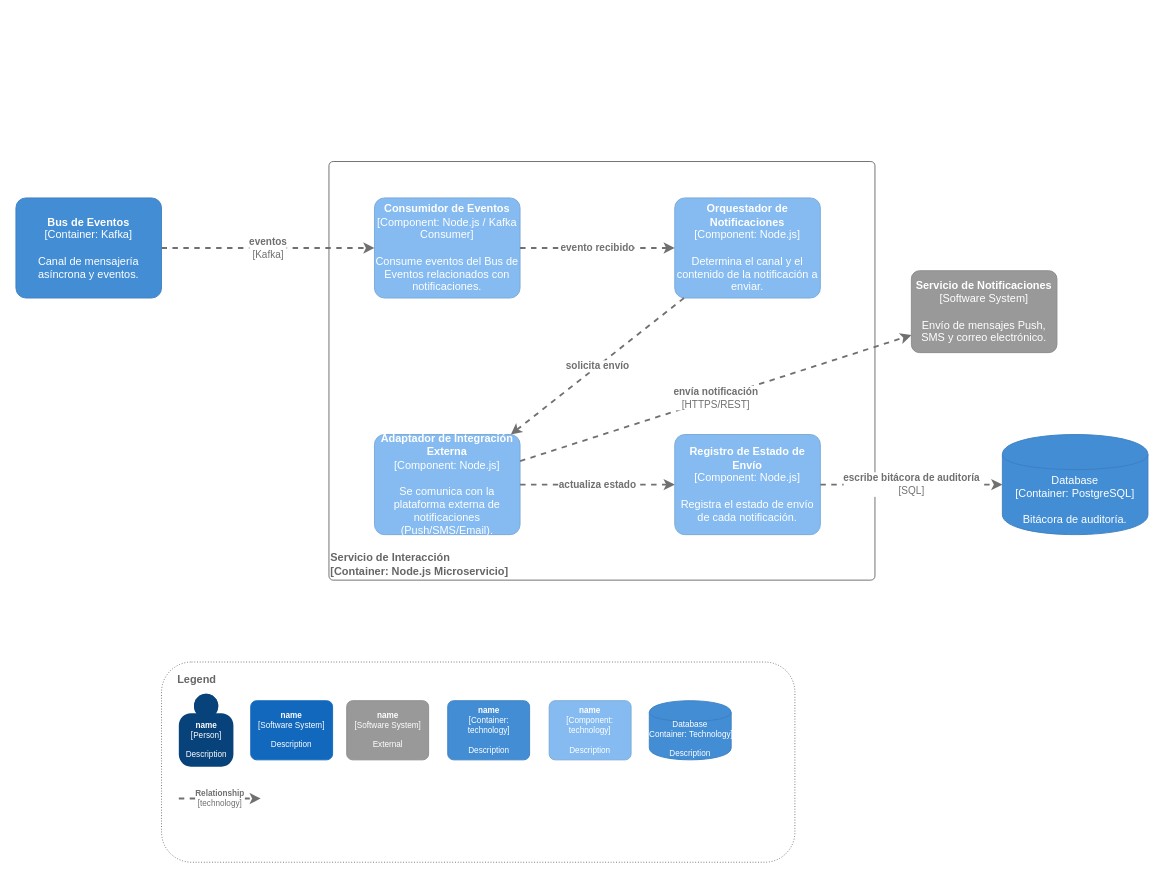
Above: page "C4 Component Interaction Service" (13 of 14) of Diagramas/Diagrama_C4.drawio in tomazoque/pswe-04-proyecto-final (draw.io), before the change. Source tidied: cells renumbered, new cells numbered last; positions are measured from the earlier drawing's top-left corner, leaving out a move shared by most shapes. Both pictures are drawn from the tidied source at 91%, with x=0, y=0 at pixel (15, 161).
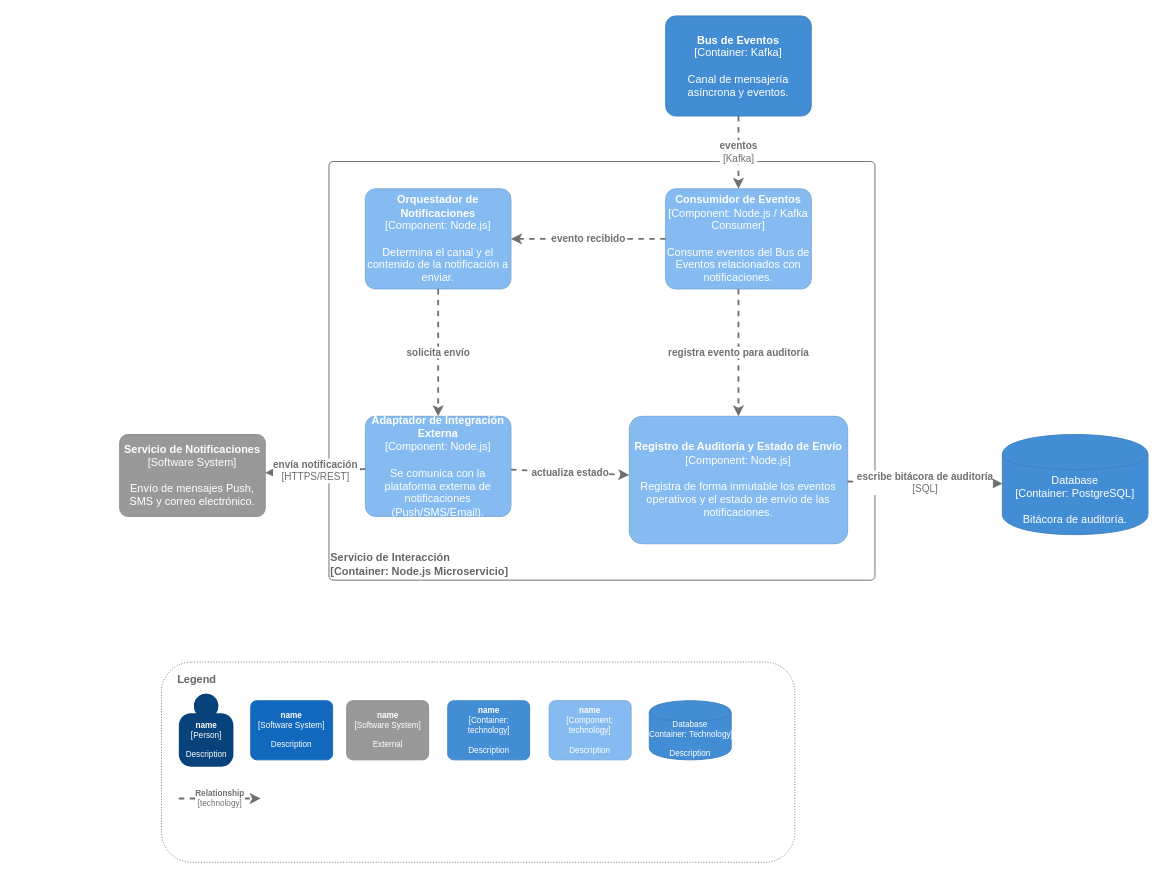
The same diagram, later.

Diff of the diagram source:
```diff
@@
     <object id="2" label="&lt;b&gt;%c4Name%&lt;/b&gt;&lt;div&gt;[%c4Type%: %c4Technology%]&lt;/div&gt;&lt;br&gt;&lt;div&gt;%c4Description%&lt;/div&gt;" c4Description="Canal de mensajería asíncrona y eventos." c4Name="Bus de Eventos" c4Technology="Kafka" c4Type="Container" placeholders="1">
       <mxCell style="rounded=1;whiteSpace=wrap;html=1;labelBackgroundColor=none;fillColor=#438DD5;fontColor=#ffffff;align=center;arcSize=10;strokeColor=#3C7FC0;metaData={&quot;c4Type&quot;:{&quot;editable&quot;:false}};" parent="1" vertex="1">
-        <mxGeometry y="40" width="160" height="110" as="geometry" />
+        <mxGeometry x="714" y="-160" width="160" height="110" as="geometry" />
       </mxCell>
     </object>
     <object id="3" label="&lt;b&gt;%c4Name%&lt;/b&gt;&lt;div&gt;[%c4Type%]&lt;/div&gt;&lt;br&gt;&lt;div&gt;%c4Description%&lt;/div&gt;" c4Description="Envío de mensajes Push, SMS y correo electrónico." c4Name="Servicio de Notificaciones" c4Type="Software System" placeholders="1">
       <mxCell style="rounded=1;whiteSpace=wrap;html=1;labelBackgroundColor=none;fillColor=#999999;fontColor=#ffffff;align=center;arcSize=10;strokeColor=#8A8A8A;metaData={&quot;c4Type&quot;:{&quot;editable&quot;:false}};" parent="1" vertex="1">
-        <mxGeometry x="984" y="120" width="160" height="90" as="geometry" />
+        <mxGeometry x="114" y="300" width="160" height="90" as="geometry" />
       </mxCell>
     </object>
@@
     <object id="6" label="&lt;b&gt;%c4Name%&lt;/b&gt;&lt;div&gt;[%c4Type%: %c4Technology%]&lt;/div&gt;&lt;br&gt;&lt;div&gt;%c4Description%&lt;/div&gt;" c4Description="Consume eventos del Bus de Eventos relacionados con notificaciones." c4Name="Consumidor de Eventos" c4Technology="Node.js / Kafka Consumer" c4Type="Component" placeholders="1">
       <mxCell style="rounded=1;whiteSpace=wrap;html=1;labelBackgroundColor=none;fillColor=#85BBF0;fontColor=#ffffff;align=center;arcSize=10;strokeColor=#78A8D8;metaData={&quot;c4Type&quot;:{&quot;editable&quot;:false}};" parent="1" vertex="1">
-        <mxGeometry x="394" y="40" width="160" height="110" as="geometry" />
+        <mxGeometry x="714" y="30" width="160" height="110" as="geometry" />
       </mxCell>
     </object>
     <object id="7" label="&lt;b&gt;%c4Name%&lt;/b&gt;&lt;div&gt;[%c4Type%: %c4Technology%]&lt;/div&gt;&lt;br&gt;&lt;div&gt;%c4Description%&lt;/div&gt;" c4Description="Determina el canal y el contenido de la notificación a enviar." c4Name="Orquestador de Notificaciones" c4Technology="Node.js" c4Type="Component" placeholders="1">
       <mxCell style="rounded=1;whiteSpace=wrap;html=1;labelBackgroundColor=none;fillColor=#85BBF0;fontColor=#ffffff;align=center;arcSize=10;strokeColor=#78A8D8;metaData={&quot;c4Type&quot;:{&quot;editable&quot;:false}};" parent="1" vertex="1">
-        <mxGeometry x="724" y="40" width="160" height="110" as="geometry" />
+        <mxGeometry x="384" y="30" width="160" height="110" as="geometry" />
       </mxCell>
     </object>
     <object id="8" label="&lt;b&gt;%c4Name%&lt;/b&gt;&lt;div&gt;[%c4Type%: %c4Technology%]&lt;/div&gt;&lt;br&gt;&lt;div&gt;%c4Description%&lt;/div&gt;" c4Description="Se comunica con la plataforma externa de notificaciones (Push/SMS/Email)." c4Name="Adaptador de Integración Externa" c4Technology="Node.js" c4Type="Component" placeholders="1">
       <mxCell style="rounded=1;whiteSpace=wrap;html=1;labelBackgroundColor=none;fillColor=#85BBF0;fontColor=#ffffff;align=center;arcSize=10;strokeColor=#78A8D8;metaData={&quot;c4Type&quot;:{&quot;editable&quot;:false}};" parent="1" vertex="1">
-        <mxGeometry x="394" y="300" width="160" height="110" as="geometry" />
+        <mxGeometry x="384" y="280" width="160" height="110" as="geometry" />
       </mxCell>
     </object>
-    <object id="9" label="&lt;b&gt;%c4Name%&lt;/b&gt;&lt;div&gt;[%c4Type%: %c4Technology%]&lt;/div&gt;&lt;br&gt;&lt;div&gt;%c4Description%&lt;/div&gt;" c4Description="Registra el estado de envío de cada notificación." c4Name="Registro de Estado de Envío" c4Technology="Node.js" c4Type="Component" placeholders="1">
+    <object id="9" label="&lt;b&gt;%c4Name%&lt;/b&gt;&lt;div&gt;[%c4Type%: %c4Technology%]&lt;/div&gt;&lt;br&gt;&lt;div&gt;%c4Description%&lt;/div&gt;" c4Description="Registra de forma inmutable los eventos operativos y el estado de envío de las notificaciones." c4Name="Registro de Auditoría y Estado de Envío" c4Technology="Node.js" c4Type="Component" placeholders="1">
       <mxCell style="rounded=1;whiteSpace=wrap;html=1;labelBackgroundColor=none;fillColor=#85BBF0;fontColor=#ffffff;align=center;arcSize=10;strokeColor=#78A8D8;metaData={&quot;c4Type&quot;:{&quot;editable&quot;:false}};" parent="1" vertex="1">
-        <mxGeometry x="724" y="300" width="160" height="110" as="geometry" />
+        <mxGeometry x="674" y="280" width="240" height="140" as="geometry" />
       </mxCell>
     </object>
@@
+    <object id="26" label="&lt;div style=&quot;text-align: left&quot;&gt;&lt;div style=&quot;text-align: center&quot;&gt;&lt;b&gt;%c4Description%&lt;/b&gt;&lt;/div&gt;&lt;/div&gt;" c4Description="registra evento para auditoría" placeholders="1">
+      <mxCell style="edgeStyle=none;rounded=0;html=1;jettySize=auto;strokeColor=#707070;strokeWidth=2;fontColor=#707070;jumpStyle=none;dashed=1;metaData={&quot;c4Type&quot;:{&quot;editable&quot;:false}};" parent="1" edge="1" source="6" target="9">
+        <mxGeometry relative="1" as="geometry" />
+      </mxCell>
+    </object>
```
